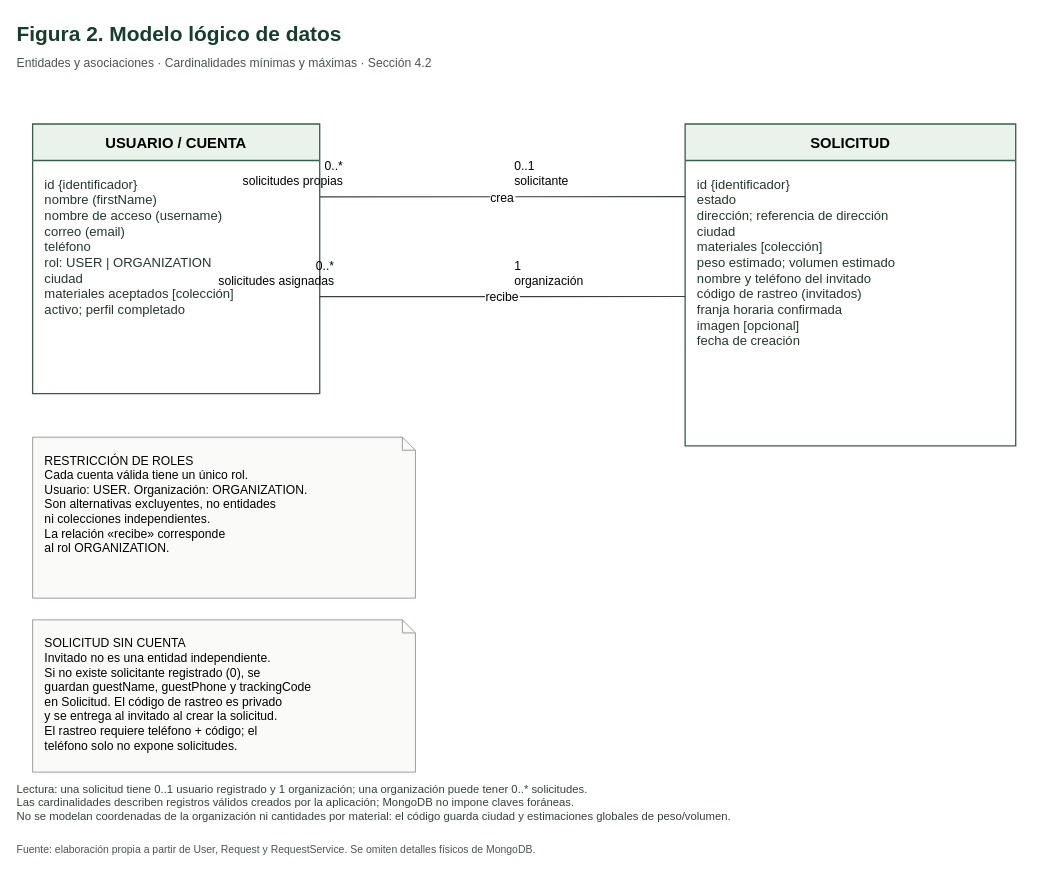
This is docs/diagrams/figura2-modelo-logico.drawio from fedegonc/residuosolido, a draw.io file, before an edit. Source tidied: cells renumbered, new cells numbered last; positions are measured from the earlier drawing's top-left corner, leaving out a move shared by most shapes. Both pictures are drawn from the tidied source at 87%, with x=0, y=0 at pixel (15, 15).
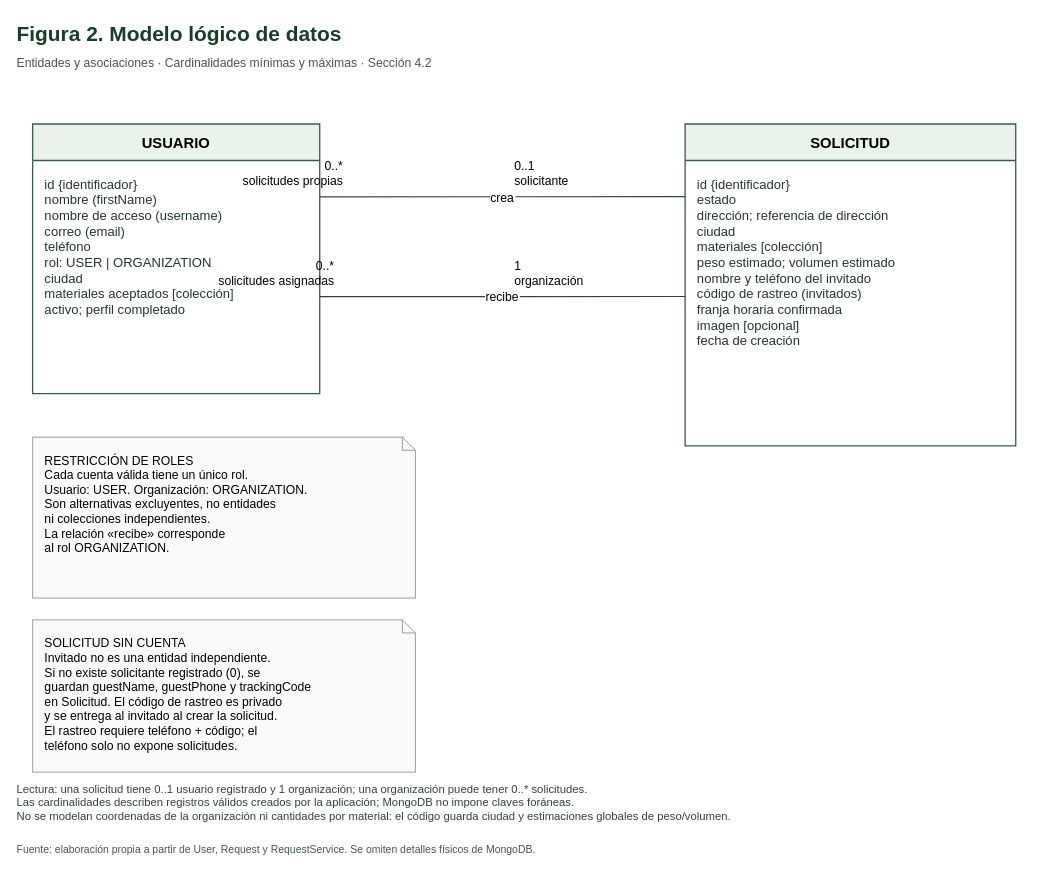
Above is the later version.

The edit, as a diff of the source:
```diff
@@
-    <mxCell id="4" value="USUARIO / CUENTA" style="swimlane;startSize=42;horizontal=1;rounded=0;html=0;fontFamily=Helvetica;fontSize=17;fontStyle=1;fillColor=#eaf2ec;swimlaneFillColor=#ffffff;strokeColor=#395e48;strokeWidth=1.5;" parent="1" vertex="1">
+    <mxCell id="4" value="USUARIO" style="swimlane;startSize=42;horizontal=1;rounded=0;html=0;fontFamily=Helvetica;fontSize=17;fontStyle=1;fillColor=#eaf2ec;swimlaneFillColor=#ffffff;strokeColor=#395e48;strokeWidth=1.5;" parent="1" vertex="1">
       <mxGeometry x="20" y="125" width="330" height="310" as="geometry" />
     </mxCell>
```
